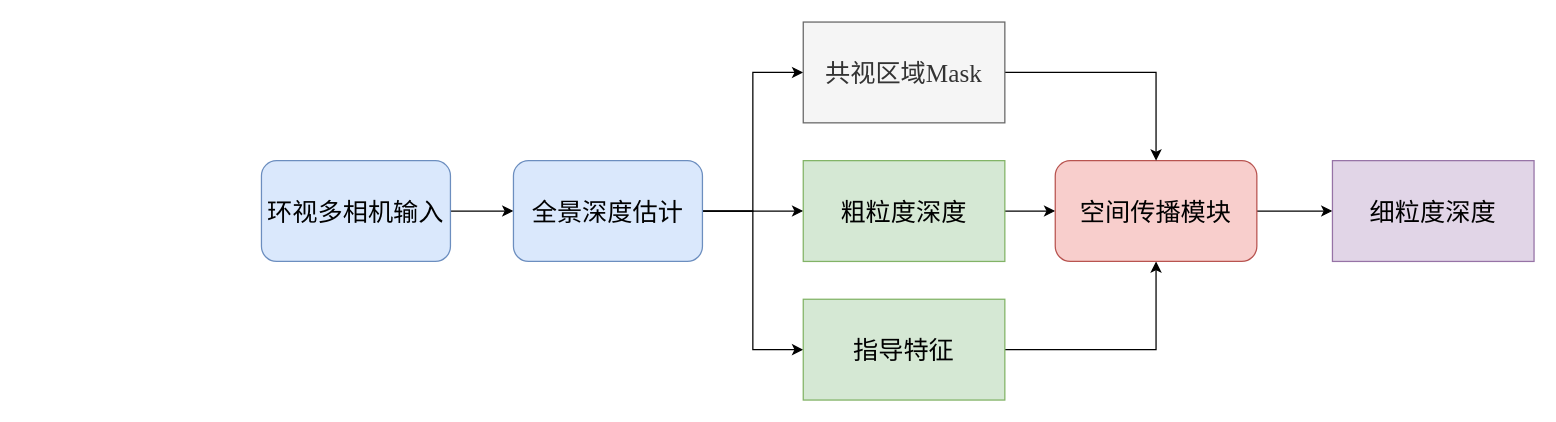
Earlier version of the draw.io diagram cspn_enhance.drawio (wangpinzhi/wangpinzhi.github.io). Source tidied: cells renumbered, new cells numbered last; positions are measured from the earlier drawing's top-left corner, leaving out a move shared by most shapes. Both pictures are drawn from the tidied source at 126%, with x=0, y=0 at pixel (261, 21).
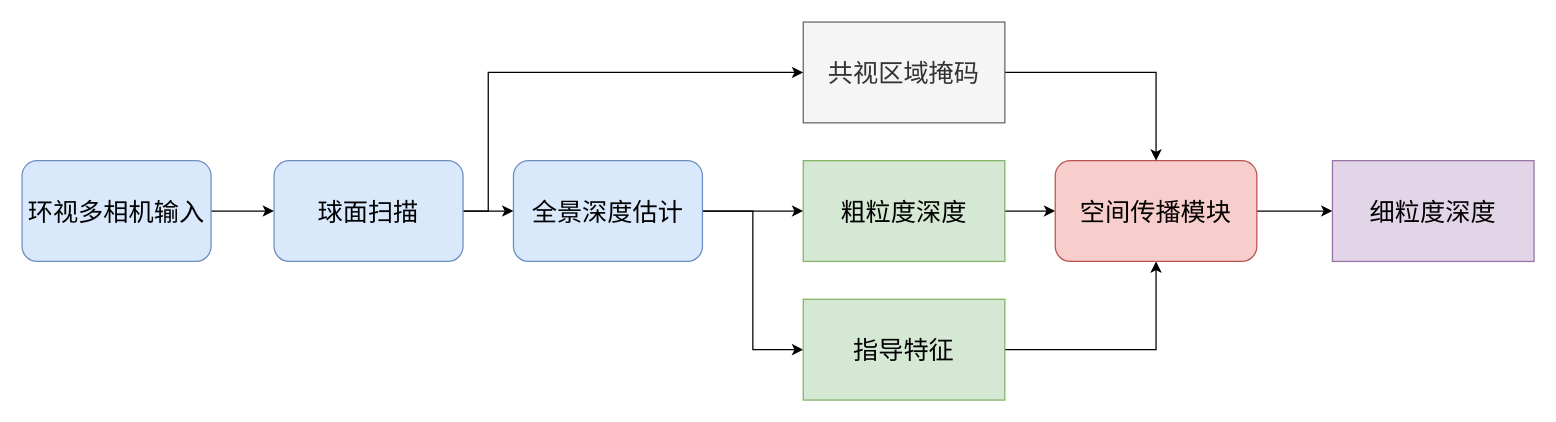
After the change.

Unchanged cells that the change refers to:
```xml
<mxCell id="7" value="全景深度估计" style="rounded=1;whiteSpace=wrap;html=1;fillColor=#dae8fc;strokeColor=#6c8ebf;fontFamily=Times New Roman;fontSize=20;" parent="1" vertex="1">
  <mxGeometry x="200" y="110" width="150" height="80" as="geometry" />
</mxCell>
```

What changed in the source:
```diff
@@
-    <mxCell id="2" style="edgeStyle=orthogonalEdgeStyle;rounded=0;jettySize=auto;html=1;entryX=0;entryY=0.5;entryDx=0;entryDy=0;" parent="1" edge="1" source="3" target="7">
-      <mxGeometry relative="1" as="geometry" />
-    </mxCell>
+    <mxCell id="17" style="edgeStyle=orthogonalEdgeStyle;rounded=0;jettySize=auto;html=1;exitX=1;exitY=0.5;exitDx=0;exitDy=0;entryX=0;entryY=0.5;entryDx=0;entryDy=0;" parent="1" edge="1" source="3" target="20">
+      <mxGeometry relative="1" as="geometry" />
+    </mxCell>
     <mxCell id="3" value="环视多相机输入" style="rounded=1;whiteSpace=wrap;html=1;fillColor=#dae8fc;strokeColor=#6c8ebf;fontFamily=Times New Roman;fontSize=20;" parent="1" vertex="1">
-      <mxGeometry y="110" width="150" height="80" as="geometry" />
+      <mxGeometry x="-190" y="110" width="150" height="80" as="geometry" />
     </mxCell>
@@
-    <mxCell id="6" style="edgeStyle=orthogonalEdgeStyle;rounded=0;jettySize=auto;html=1;entryX=0;entryY=0.5;entryDx=0;entryDy=0;" parent="1" edge="1" source="7" target="16">
-      <mxGeometry relative="1" as="geometry" />
-    </mxCell>
@@
-    <mxCell id="16" value="共视区域Mask" style="rounded=0;whiteSpace=wrap;html=1;fontSize=20;fontFamily=Times New Roman;fillColor=#f5f5f5;strokeColor=#666666;fontColor=#333333;" parent="1" vertex="1">
+    <mxCell id="16" value="共视区域掩码" style="rounded=0;whiteSpace=wrap;html=1;fontSize=20;fontFamily=Times New Roman;fillColor=#f5f5f5;strokeColor=#666666;fontColor=#333333;" parent="1" vertex="1">
       <mxGeometry x="430" width="160" height="80" as="geometry" />
     </mxCell>
+    <mxCell id="18" style="edgeStyle=orthogonalEdgeStyle;rounded=0;jettySize=auto;html=1;entryX=0;entryY=0.5;entryDx=0;entryDy=0;" parent="1" edge="1" source="20" target="7">
+      <mxGeometry relative="1" as="geometry" />
+    </mxCell>
+    <mxCell id="19" style="edgeStyle=orthogonalEdgeStyle;rounded=0;jettySize=auto;html=1;entryX=0;entryY=0.5;entryDx=0;entryDy=0;" parent="1" edge="1" source="20" target="16">
+      <mxGeometry relative="1" as="geometry">
+        <Array as="points">
+          <mxPoint x="180" y="150" />
+          <mxPoint x="180" y="40" />
+        </Array>
+      </mxGeometry>
+    </mxCell>
+    <mxCell id="20" value="球面扫描" style="rounded=1;whiteSpace=wrap;html=1;fillColor=#dae8fc;strokeColor=#6c8ebf;fontFamily=Times New Roman;fontSize=20;" parent="1" vertex="1">
+      <mxGeometry x="10" y="110" width="150" height="80" as="geometry" />
+    </mxCell>
```
